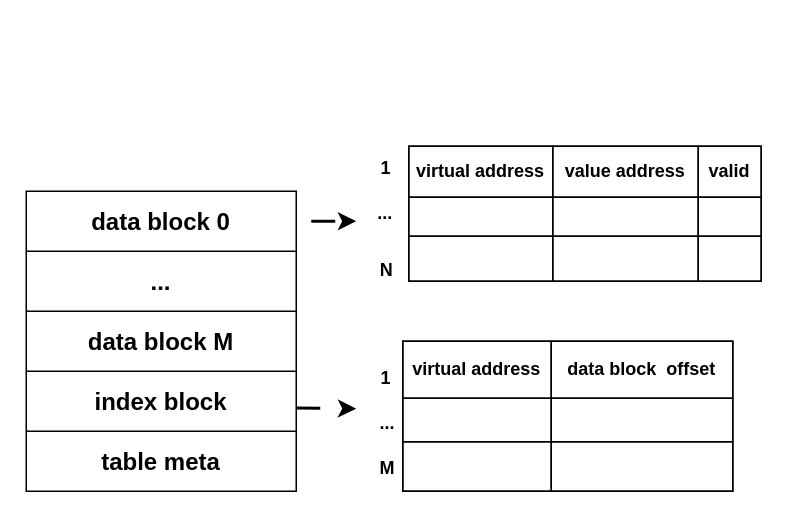
Earlier version of the draw.io diagram AMTable.drawio (yeqiyi/drawIO). Source tidied: cells renumbered, new cells numbered last; positions are measured from the earlier drawing's top-left corner, leaving out a move shared by most shapes. Both pictures are drawn from the tidied source at 150%, with x=0, y=0 at pixel (26, 146).
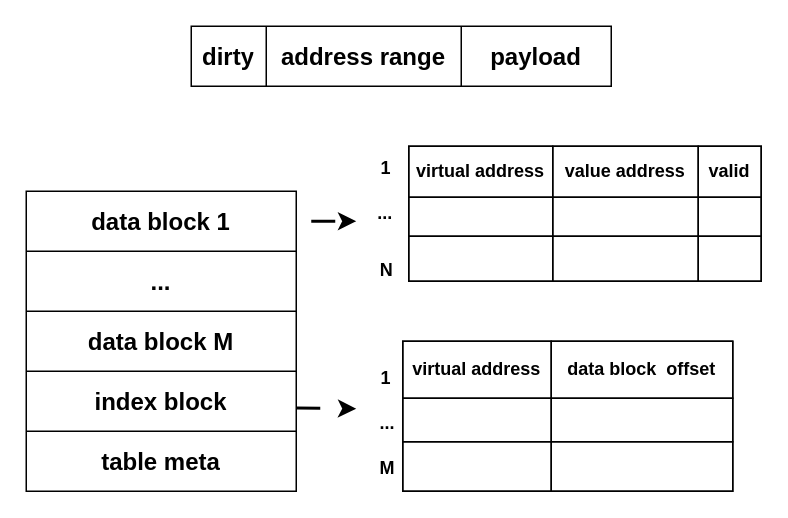
The same page after the edit.

Unchanged cells that the change refers to:
```xml
<mxCell id="20" style="shape=tableRow;horizontal=0;startSize=0;swimlaneHead=0;swimlaneBody=0;strokeColor=inherit;top=0;left=0;bottom=0;right=0;fillColor=none;fontSize=16;" parent="19" vertex="1">
  <mxGeometry width="180" height="40" as="geometry" />
</mxCell>
```

Change to the diagram source:
```diff
@@
-    <mxCell id="21" value="&lt;b&gt;data block 0&lt;/b&gt;" style="shape=partialRectangle;html=1;whiteSpace=wrap;strokeColor=inherit;overflow=hidden;fillColor=none;top=0;left=0;bottom=0;right=0;fontSize=16;" parent="20" vertex="1">
+    <mxCell id="21" value="&lt;b&gt;data block 1&lt;/b&gt;" style="shape=partialRectangle;html=1;whiteSpace=wrap;strokeColor=inherit;overflow=hidden;fillColor=none;top=0;left=0;bottom=0;right=0;fontSize=16;" parent="20" vertex="1">
       <mxGeometry width="180" height="40" as="geometry" />
     </mxCell>
@@
+    <mxCell id="44" style="shape=table;startSize=0;childLayout=tableLayout;fontSize=16;" parent="1" vertex="1">
+      <mxGeometry x="110" y="-80" width="280" height="40" as="geometry" />
+    </mxCell>
+    <mxCell id="45" style="shape=tableRow;horizontal=0;startSize=0;swimlaneHead=0;swimlaneBody=0;strokeColor=inherit;top=0;left=0;bottom=0;right=0;fillColor=none;fontSize=16;" parent="44" vertex="1">
+      <mxGeometry width="280" height="40" as="geometry" />
+    </mxCell>
+    <mxCell id="46" value="&lt;b&gt;dirty&lt;/b&gt;" style="shape=partialRectangle;html=1;whiteSpace=wrap;strokeColor=inherit;overflow=hidden;fillColor=none;top=0;left=0;bottom=0;right=0;fontSize=16;" parent="45" vertex="1">
+      <mxGeometry width="50" height="40" as="geometry" />
+    </mxCell>
+    <mxCell id="47" value="&lt;b&gt;address range&lt;/b&gt;" style="shape=partialRectangle;html=1;whiteSpace=wrap;strokeColor=inherit;overflow=hidden;fillColor=none;top=0;left=0;bottom=0;right=0;fontSize=16;" parent="45" vertex="1">
+      <mxGeometry x="50" width="130" height="40" as="geometry" />
+    </mxCell>
+    <mxCell id="48" value="&lt;b&gt;payload&lt;/b&gt;" style="shape=partialRectangle;html=1;whiteSpace=wrap;strokeColor=inherit;overflow=hidden;fillColor=none;top=0;left=0;bottom=0;right=0;fontSize=16;" parent="45" vertex="1">
+      <mxGeometry x="180" width="100" height="40" as="geometry" />
+    </mxCell>
```
